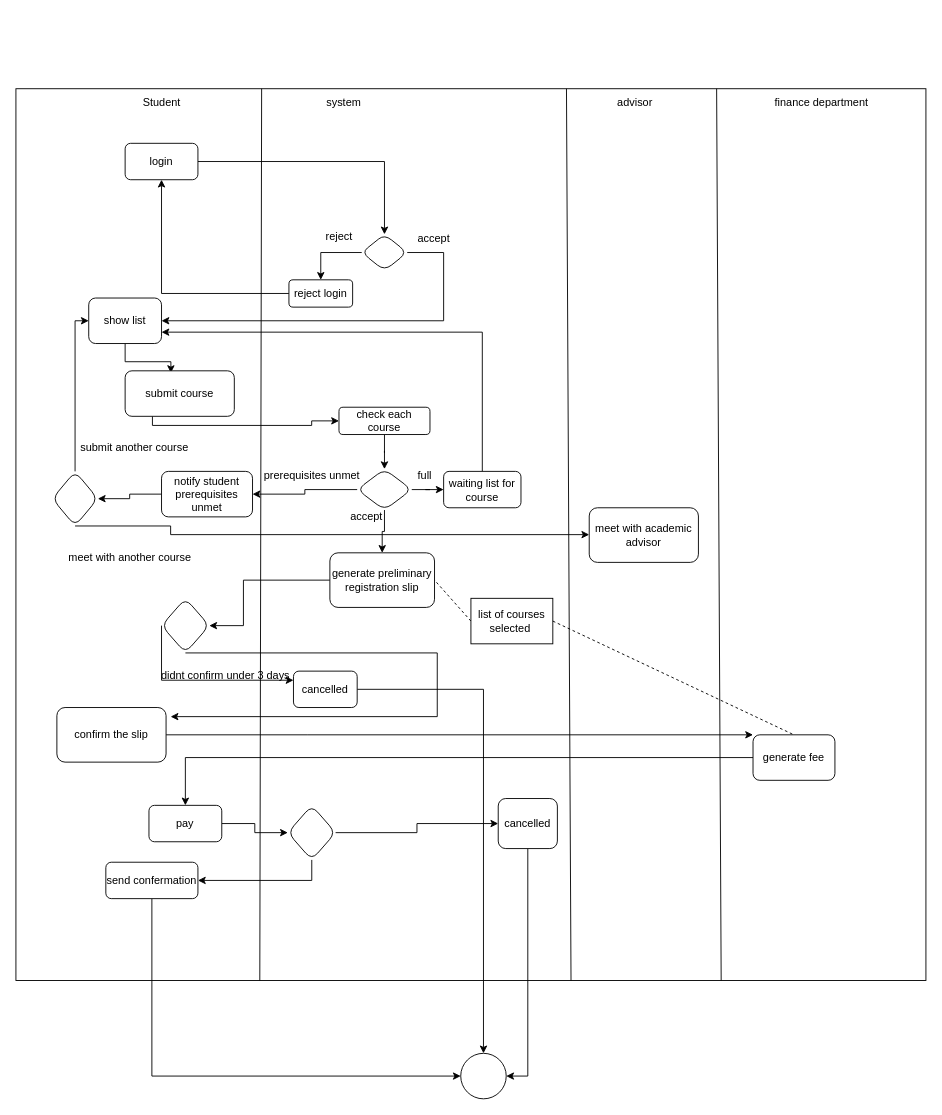
Earlier version of the draw.io diagram hm2.drawio (l0norm/draw.io). Source tidied: cells renumbered, new cells numbered last; positions are measured from the earlier drawing's top-left corner, leaving out a move shared by most shapes. Both pictures are drawn from the tidied source at 91%, with x=0, y=0 at pixel (15, 88).
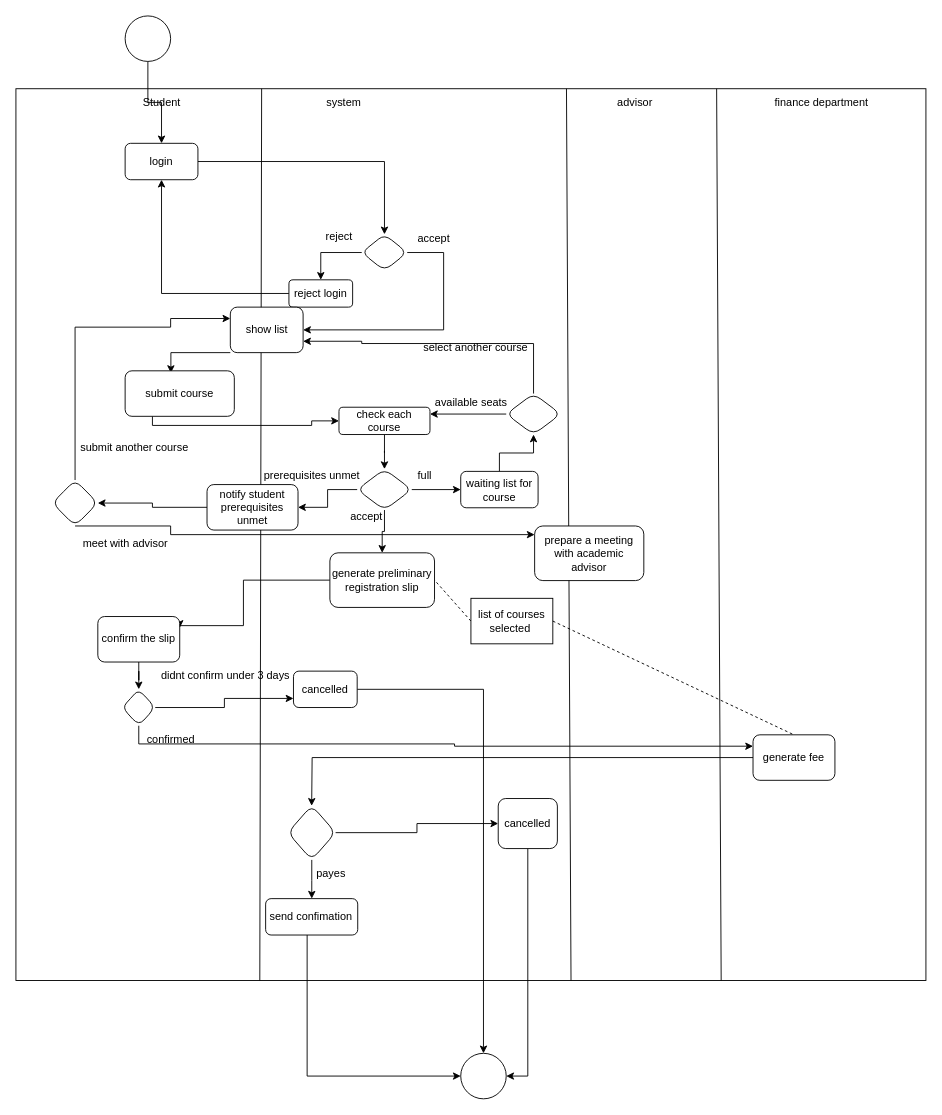
After the change.

Unchanged cells that the change refers to:
```xml
<mxCell id="7" value="login" style="rounded=1;whiteSpace=wrap;html=1;" parent="1" vertex="1">
  <mxGeometry x="120" y="60" width="80" height="40" as="geometry" />
</mxCell>
<mxCell id="17" value="submit course" style="rounded=1;whiteSpace=wrap;html=1;" parent="1" vertex="1">
  <mxGeometry x="120" y="310" width="120" height="50" as="geometry" />
</mxCell>
<mxCell id="19" value="check each course" style="rounded=1;whiteSpace=wrap;html=1;" parent="1" vertex="1">
  <mxGeometry x="355" y="350" width="100" height="30" as="geometry" />
</mxCell>
<mxCell id="33" value="generate preliminary registration slip" style="rounded=1;whiteSpace=wrap;html=1;" parent="1" vertex="1">
  <mxGeometry x="345" y="510" width="115" height="60" as="geometry" />
</mxCell>
<mxCell id="38" value="cancelled" style="whiteSpace=wrap;html=1;rounded=1;" parent="1" vertex="1">
  <mxGeometry x="305" y="640" width="70" height="40" as="geometry" />
</mxCell>
<mxCell id="42" value="generate fee" style="whiteSpace=wrap;html=1;rounded=1;" parent="1" vertex="1">
  <mxGeometry x="810" y="710" width="90" height="50" as="geometry" />
</mxCell>
<mxCell id="58" style="ellipse;whiteSpace=wrap;html=1;rounded=1;" parent="1" vertex="1">
  <mxGeometry x="488.8" y="1060" width="50" height="50" as="geometry" />
</mxCell>
<mxCell id="66" style="rhombus;whiteSpace=wrap;html=1;rounded=1;" parent="1" vertex="1">
  <mxGeometry x="298.8" y="787.5" width="52.5" height="60" as="geometry" />
</mxCell>
```

The edit, as a diff of the source:
```diff
@@
     <mxCell id="14" style="edgeStyle=orthogonalEdgeStyle;rounded=0;jettySize=auto;html=1;entryX=0.419;entryY=0.048;entryDx=0;entryDy=0;entryPerimeter=0;" parent="1" edge="1" source="15" target="17">
-      <mxGeometry relative="1" as="geometry" />
+      <mxGeometry relative="1" as="geometry">
+        <Array as="points">
+          <mxPoint x="170" y="290" />
+        </Array>
+      </mxGeometry>
     </mxCell>
     <mxCell id="15" value="show list" style="whiteSpace=wrap;html=1;rounded=1;" parent="1" vertex="1">
-      <mxGeometry x="80" y="230" width="80" height="50" as="geometry" />
+      <mxGeometry x="235.6" y="240" width="80" height="50" as="geometry" />
     </mxCell>
@@
-    <mxCell id="24" style="edgeStyle=orthogonalEdgeStyle;rounded=0;jettySize=auto;html=1;entryX=0;entryY=0.5;entryDx=0;entryDy=0;exitX=0.5;exitY=0;exitDx=0;exitDy=0;" parent="1" edge="1" source="53" target="15">
-      <mxGeometry relative="1" as="geometry">
-        <Array as="points">
-          <mxPoint x="65" y="255" />
-        </Array>
-      </mxGeometry>
-    </mxCell>
@@
     <mxCell id="27" value="notify student prerequisites unmet" style="whiteSpace=wrap;html=1;rounded=1;" parent="1" vertex="1">
-      <mxGeometry x="160" y="420.5" width="100" height="50" as="geometry" />
+      <mxGeometry x="210" y="435" width="100" height="50" as="geometry" />
     </mxCell>
-    <mxCell id="28" value="meet with academic advisor" style="whiteSpace=wrap;html=1;rounded=1;" parent="1" vertex="1">
-      <mxGeometry x="630" y="460.5" width="120" height="60" as="geometry" />
+    <mxCell id="28" value="prepare a meeting with academic advisor" style="whiteSpace=wrap;html=1;rounded=1;" parent="1" vertex="1">
+      <mxGeometry x="570" y="480.5" width="120" height="60" as="geometry" />
     </mxCell>
@@
-    <mxCell id="30" style="edgeStyle=orthogonalEdgeStyle;rounded=0;jettySize=auto;html=1;exitX=0.5;exitY=0;exitDx=0;exitDy=0;entryX=1;entryY=0.75;entryDx=0;entryDy=0;" parent="1" edge="1" source="31" target="15">
-      <mxGeometry relative="1" as="geometry" />
-    </mxCell>
+    <mxCell id="67" style="edgeStyle=orthogonalEdgeStyle;rounded=0;jettySize=auto;html=1;entryX=0.5;entryY=1;entryDx=0;entryDy=0;" parent="1" edge="1" source="31" target="74">
+      <mxGeometry relative="1" as="geometry" />
+    </mxCell>
     <mxCell id="31" value="waiting list for course" style="whiteSpace=wrap;html=1;rounded=1;" parent="1" vertex="1">
-      <mxGeometry x="470" y="420.5" width="85" height="40" as="geometry" />
+      <mxGeometry x="488.8" y="420.5" width="85" height="40" as="geometry" />
     </mxCell>
-    <mxCell id="32" style="edgeStyle=orthogonalEdgeStyle;rounded=0;jettySize=auto;html=1;" parent="1" edge="1" source="33" target="36">
+    <mxCell id="32" style="edgeStyle=orthogonalEdgeStyle;rounded=0;jettySize=auto;html=1;entryX=1;entryY=0.25;entryDx=0;entryDy=0;" parent="1" edge="1" source="33" target="40">
       <mxGeometry relative="1" as="geometry">
         <Array as="points">
           <mxPoint x="250" y="540" />
           <mxPoint x="250" y="590" />
+          <mxPoint x="180" y="590" />
         </Array>
       </mxGeometry>
     </mxCell>
@@
-    <mxCell id="34" style="edgeStyle=orthogonalEdgeStyle;rounded=0;jettySize=auto;html=1;exitX=0;exitY=0.5;exitDx=0;exitDy=0;" parent="1" edge="1" source="36" target="38">
-      <mxGeometry relative="1" as="geometry">
-        <Array as="points">
-          <mxPoint x="160" y="650" />
-        </Array>
-      </mxGeometry>
-    </mxCell>
-    <mxCell id="35" style="edgeStyle=orthogonalEdgeStyle;rounded=0;jettySize=auto;html=1;exitX=0.5;exitY=1;exitDx=0;exitDy=0;" parent="1" edge="1" source="36">
-      <mxGeometry relative="1" as="geometry">
-        <mxPoint x="170" y="690" as="targetPoint" />
-        <Array as="points">
-          <mxPoint x="463" y="690" />
-        </Array>
-      </mxGeometry>
-    </mxCell>
-    <mxCell id="36" style="rhombus;whiteSpace=wrap;html=1;rounded=1;" parent="1" vertex="1">
-      <mxGeometry x="160" y="560" width="52.5" height="60" as="geometry" />
-    </mxCell>
@@
-    <mxCell id="39" style="edgeStyle=orthogonalEdgeStyle;rounded=0;jettySize=auto;html=1;" parent="1" edge="1" source="40" target="42">
-      <mxGeometry relative="1" as="geometry">
-        <Array as="points">
-          <mxPoint x="320" y="710" />
-          <mxPoint x="320" y="710" />
-        </Array>
-      </mxGeometry>
-    </mxCell>
+    <mxCell id="68" style="edgeStyle=orthogonalEdgeStyle;rounded=0;jettySize=auto;html=1;entryX=0.5;entryY=0;entryDx=0;entryDy=0;" parent="1" edge="1" source="40" target="78">
+      <mxGeometry relative="1" as="geometry" />
+    </mxCell>
     <mxCell id="40" value="confirm the slip" style="whiteSpace=wrap;html=1;rounded=1;" parent="1" vertex="1">
-      <mxGeometry x="45" y="680" width="120" height="60" as="geometry" />
+      <mxGeometry x="90" y="580" width="90" height="50" as="geometry" />
     </mxCell>
-    <mxCell id="41" style="edgeStyle=orthogonalEdgeStyle;rounded=0;jettySize=auto;html=1;entryX=0.5;entryY=0;entryDx=0;entryDy=0;exitX=0;exitY=0.5;exitDx=0;exitDy=0;" parent="1" edge="1" source="42" target="44">
-      <mxGeometry relative="1" as="geometry" />
+    <mxCell id="41" style="edgeStyle=orthogonalEdgeStyle;rounded=0;jettySize=auto;html=1;exitX=0;exitY=0.5;exitDx=0;exitDy=0;" parent="1" edge="1" source="42">
+      <mxGeometry relative="1" as="geometry">
+        <mxPoint x="325" y="788" as="targetPoint" />
+      </mxGeometry>
     </mxCell>
@@
-    <mxCell id="43" style="edgeStyle=orthogonalEdgeStyle;rounded=0;jettySize=auto;html=1;exitX=1;exitY=0.5;exitDx=0;exitDy=0;" parent="1" edge="1" source="44" target="66">
-      <mxGeometry relative="1" as="geometry" />
-    </mxCell>
-    <mxCell id="44" value="pay" style="whiteSpace=wrap;html=1;rounded=1;" parent="1" vertex="1">
-      <mxGeometry x="146.2" y="787.5" width="80" height="40" as="geometry" />
-    </mxCell>
     <mxCell id="45" style="edgeStyle=orthogonalEdgeStyle;rounded=0;jettySize=auto;html=1;entryX=0;entryY=0.5;entryDx=0;entryDy=0;" parent="1" edge="1" source="46" target="58">
       <mxGeometry relative="1" as="geometry">
         <Array as="points">
-          <mxPoint x="150" y="1085" />
+          <mxPoint x="320" y="1085" />
         </Array>
       </mxGeometry>
     </mxCell>
-    <mxCell id="46" value="send confermation" style="whiteSpace=wrap;html=1;rounded=1;" parent="1" vertex="1">
-      <mxGeometry x="98.8" y="850" width="101.2" height="40" as="geometry" />
+    <mxCell id="46" value="send confimation" style="whiteSpace=wrap;html=1;rounded=1;" parent="1" vertex="1">
+      <mxGeometry x="274.4" y="890" width="101.2" height="40" as="geometry" />
     </mxCell>
@@
+    <mxCell id="24" style="edgeStyle=orthogonalEdgeStyle;rounded=0;jettySize=auto;html=1;entryX=0;entryY=0.25;entryDx=0;entryDy=0;" parent="1" edge="1" source="53" target="15">
+      <mxGeometry relative="1" as="geometry">
+        <Array as="points">
+          <mxPoint x="65" y="262" />
+          <mxPoint x="170" y="262" />
+          <mxPoint x="170" y="252" />
+        </Array>
+      </mxGeometry>
+    </mxCell>
     <mxCell id="53" style="rhombus;whiteSpace=wrap;html=1;rounded=1;" parent="1" vertex="1">
-      <mxGeometry x="40" y="420.5" width="50" height="60" as="geometry" />
+      <mxGeometry x="40" y="430" width="50" height="50.5" as="geometry" />
     </mxCell>
-    <mxCell id="54" value="meet with another course" style="text;html=1;align=center;verticalAlign=middle;strokeColor=none;fillColor=none;" parent="1" vertex="1">
-      <mxGeometry x="45" y="500" width="160" height="30" as="geometry" />
+    <mxCell id="54" value="meet with advisor" style="text;html=1;align=center;verticalAlign=middle;strokeColor=none;fillColor=none;" parent="1" vertex="1">
+      <mxGeometry x="60" y="485" width="120" height="30" as="geometry" />
     </mxCell>
@@
+    <mxCell id="69" value="select another course" style="text;html=1;align=center;verticalAlign=middle;strokeColor=none;fillColor=none;" parent="1" vertex="1">
+      <mxGeometry x="435" y="270" width="140" height="30" as="geometry" />
+    </mxCell>
+    <mxCell id="70" style="edgeStyle=orthogonalEdgeStyle;rounded=0;jettySize=auto;html=1;entryX=0.5;entryY=0;entryDx=0;entryDy=0;" parent="1" edge="1" source="71" target="7">
+      <mxGeometry relative="1" as="geometry" />
+    </mxCell>
+    <mxCell id="71" style="ellipse;whiteSpace=wrap;html=1;rounded=1;" parent="1" vertex="1">
+      <mxGeometry x="120" y="-80" width="50" height="50" as="geometry" />
+    </mxCell>
+    <mxCell id="72" style="edgeStyle=orthogonalEdgeStyle;rounded=0;jettySize=auto;html=1;entryX=1;entryY=0.25;entryDx=0;entryDy=0;" parent="1" edge="1" source="74" target="19">
+      <mxGeometry relative="1" as="geometry" />
+    </mxCell>
+    <mxCell id="73" style="edgeStyle=orthogonalEdgeStyle;rounded=0;jettySize=auto;html=1;entryX=1;entryY=0.75;entryDx=0;entryDy=0;exitX=0.5;exitY=0;exitDx=0;exitDy=0;" parent="1" edge="1" source="74" target="15">
+      <mxGeometry relative="1" as="geometry">
+        <Array as="points">
+          <mxPoint x="569" y="280" />
+          <mxPoint x="380" y="280" />
+        </Array>
+      </mxGeometry>
+    </mxCell>
+    <mxCell id="74" style="rhombus;whiteSpace=wrap;html=1;rounded=1;" parent="1" vertex="1">
+      <mxGeometry x="538.8" y="335" width="60" height="45" as="geometry" />
+    </mxCell>
+    <mxCell id="75" value="available seats" style="text;html=1;align=center;verticalAlign=middle;strokeColor=none;fillColor=none;" parent="1" vertex="1">
+      <mxGeometry x="450" y="330" width="100" height="30" as="geometry" />
+    </mxCell>
+    <mxCell id="76" style="edgeStyle=orthogonalEdgeStyle;rounded=0;jettySize=auto;html=1;entryX=0;entryY=0.75;entryDx=0;entryDy=0;" parent="1" edge="1" source="78" target="38">
+      <mxGeometry relative="1" as="geometry" />
+    </mxCell>
+    <mxCell id="77" style="edgeStyle=orthogonalEdgeStyle;rounded=0;jettySize=auto;html=1;entryX=0;entryY=0.25;entryDx=0;entryDy=0;" parent="1" edge="1" source="78" target="42">
+      <mxGeometry relative="1" as="geometry">
+        <Array as="points">
+          <mxPoint x="135" y="720" />
+          <mxPoint x="482" y="720" />
+          <mxPoint x="482" y="723" />
+        </Array>
+      </mxGeometry>
+    </mxCell>
+    <mxCell id="78" style="rhombus;whiteSpace=wrap;html=1;rounded=1;" parent="1" vertex="1">
+      <mxGeometry x="116.9" y="660" width="36.2" height="40" as="geometry" />
+    </mxCell>
+    <mxCell id="79" value="confirmed" style="text;html=1;align=center;verticalAlign=middle;strokeColor=none;fillColor=none;" parent="1" vertex="1">
+      <mxGeometry x="130" y="700" width="80" height="30" as="geometry" />
+    </mxCell>
+    <mxCell id="80" value="payes" style="text;html=1;align=center;verticalAlign=middle;strokeColor=none;fillColor=none;" parent="1" vertex="1">
+      <mxGeometry x="315.6" y="847.5" width="60" height="30" as="geometry" />
+    </mxCell>
```
